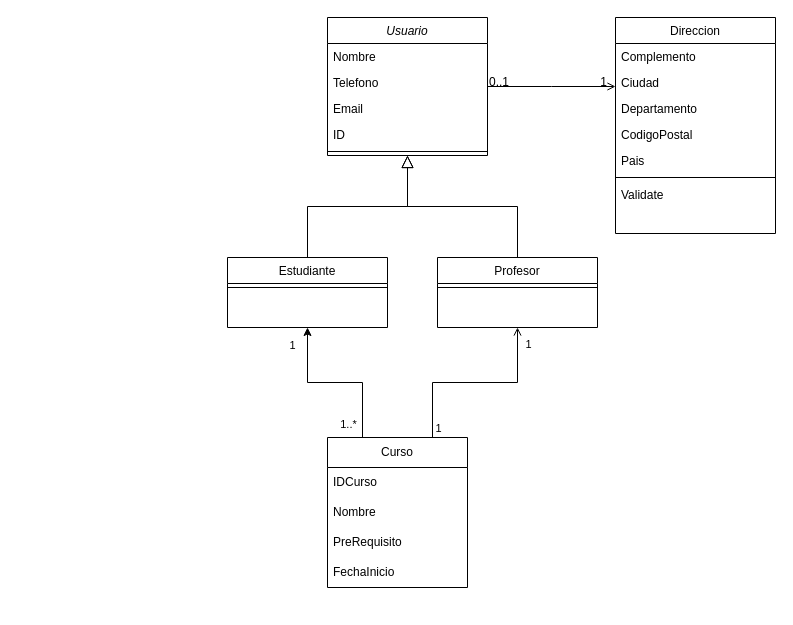
delarocafrankUMG/ProyectoAS1 keeps this draw.io diagram as Diagramas Clases/Proyecto SO1.drawio. Above is the earlier version. Source tidied: cells renumbered, new cells numbered last; positions are measured from the earlier drawing's top-left corner, leaving out a move shared by most shapes. Both pictures are drawn from the tidied source at 100%, with x=0, y=0 at pixel (227, 17).
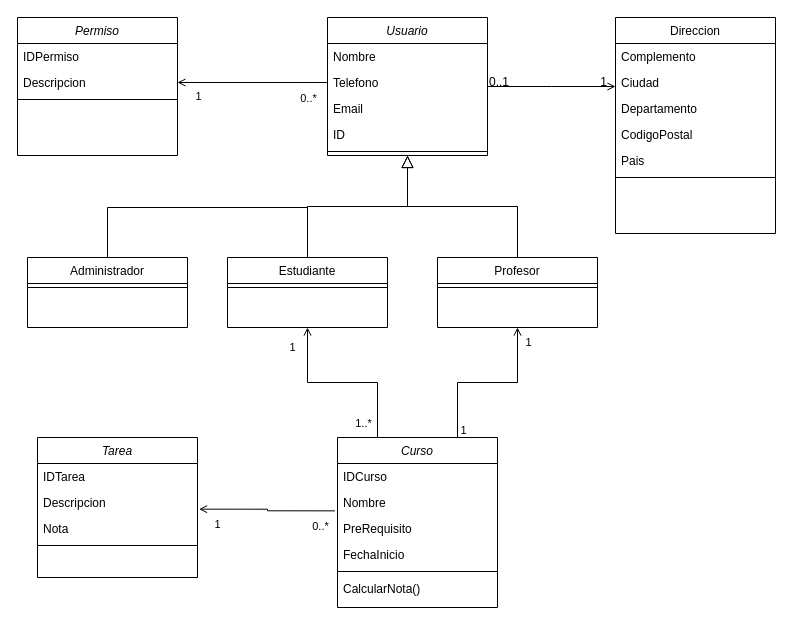
The same page after the edit.

Unchanged cells that the change refers to:
```xml
<mxCell id="2" value="Usuario" style="swimlane;fontStyle=2;align=center;verticalAlign=top;horizontal=1;startSize=26;rounded=0;shadow=0;strokeWidth=1;" parent="1" vertex="1">
  <mxGeometry x="100" width="160" height="138" as="geometry" />
</mxCell>
<mxCell id="4" value="Telefono" style="text;align=left;verticalAlign=top;spacingLeft=4;spacingRight=4;overflow=hidden;points=[[0,0.5],[1,0.5]];portConstraint=eastwest;rounded=0;shadow=0;html=0;" parent="2" vertex="1">
  <mxGeometry y="52" width="160" height="26" as="geometry" />
</mxCell>
<mxCell id="8" value="Estudiante" style="swimlane;fontStyle=0;align=center;verticalAlign=top;horizontal=1;startSize=26;rounded=0;shadow=0;strokeWidth=1;" parent="1" vertex="1">
  <mxGeometry y="240" width="160" height="70" as="geometry" />
</mxCell>
<mxCell id="11" value="Profesor" style="swimlane;fontStyle=0;align=center;verticalAlign=top;horizontal=1;startSize=26;rounded=0;shadow=0;strokeWidth=1;" parent="1" vertex="1">
  <mxGeometry x="210" y="240" width="160" height="70" as="geometry" />
</mxCell>
<mxCell id="14" value="Direccion" style="swimlane;fontStyle=0;align=center;verticalAlign=top;horizontal=1;startSize=26;rounded=0;shadow=0;strokeWidth=1;" parent="1" vertex="1">
  <mxGeometry x="388" width="160" height="216" as="geometry" />
</mxCell>
```

Diff of the diagram source:
```diff
@@
+    <mxCell id="36" style="edgeStyle=orthogonalEdgeStyle;rounded=0;jettySize=auto;html=1;exitX=0;exitY=0.5;exitDx=0;exitDy=0;endArrow=open;endFill=0;" parent="2" edge="1" source="4">
+      <mxGeometry relative="1" as="geometry">
+        <mxPoint x="-150" y="65" as="targetPoint" />
+      </mxGeometry>
+    </mxCell>
+    <mxCell id="37" value="1" style="edgeLabel;html=1;align=center;verticalAlign=middle;" parent="36" vertex="1">
+      <mxGeometry x="0.79" y="2" relative="1" as="geometry">
+        <mxPoint x="5" y="11" as="offset" />
+      </mxGeometry>
+    </mxCell>
+    <mxCell id="38" value="0..*" style="edgeLabel;html=1;align=center;verticalAlign=middle;" parent="36" vertex="1">
+      <mxGeometry x="-0.86" y="1" relative="1" as="geometry">
+        <mxPoint x="-9" y="14" as="offset" />
+      </mxGeometry>
+    </mxCell>
@@
-    <mxCell id="21" value="Validate" style="text;align=left;verticalAlign=top;spacingLeft=4;spacingRight=4;overflow=hidden;" parent="14" vertex="1">
-      <mxGeometry y="164" width="160" height="26" as="geometry" />
-    </mxCell>
@@
     <mxCell id="25" style="edgeStyle=orthogonalEdgeStyle;rounded=0;jettySize=auto;html=1;exitX=0.75;exitY=0;exitDx=0;exitDy=0;entryX=0.5;entryY=1;entryDx=0;entryDy=0;endArrow=open;endFill=0;" parent="1" edge="1" source="31" target="11">
       <mxGeometry relative="1" as="geometry">
         <Array as="points">
-          <mxPoint x="205" y="365" />
+          <mxPoint x="230" y="365" />
           <mxPoint x="290" y="365" />
         </Array>
       </mxGeometry>
     </mxCell>
@@
-    <mxCell id="28" style="edgeStyle=orthogonalEdgeStyle;rounded=0;jettySize=auto;html=1;exitX=0.25;exitY=0;exitDx=0;exitDy=0;entryX=0.5;entryY=1;entryDx=0;entryDy=0;" parent="1" edge="1" source="31" target="8">
+    <mxCell id="28" style="edgeStyle=orthogonalEdgeStyle;rounded=0;jettySize=auto;html=1;exitX=0.25;exitY=0;exitDx=0;exitDy=0;entryX=0.5;entryY=1;entryDx=0;entryDy=0;endArrow=open;endFill=0;" parent="1" edge="1" source="31" target="8">
       <mxGeometry relative="1" as="geometry" />
     </mxCell>
@@
+    <mxCell id="39" value="Permiso" style="swimlane;fontStyle=2;align=center;verticalAlign=top;horizontal=1;startSize=26;rounded=0;shadow=0;strokeWidth=1;" parent="1" vertex="1">
+      <mxGeometry x="-210" width="160" height="138" as="geometry" />
+    </mxCell>
+    <mxCell id="40" value="IDPermiso" style="text;align=left;verticalAlign=top;spacingLeft=4;spacingRight=4;overflow=hidden;" parent="39" vertex="1">
+      <mxGeometry y="26" width="160" height="26" as="geometry" />
+    </mxCell>
+    <mxCell id="41" value="Descripcion" style="text;align=left;verticalAlign=top;spacingLeft=4;spacingRight=4;overflow=hidden;rounded=0;shadow=0;html=0;" parent="39" vertex="1">
+      <mxGeometry y="52" width="160" height="26" as="geometry" />
+    </mxCell>
+    <mxCell id="42" style="line;html=1;strokeWidth=1;align=left;verticalAlign=middle;spacingTop=-1;spacingLeft=3;spacingRight=3;labelPosition=right;" parent="39" vertex="1">
+      <mxGeometry y="78" width="160" height="8" as="geometry" />
+    </mxCell>
+    <mxCell id="43" style="edgeStyle=orthogonalEdgeStyle;rounded=0;jettySize=auto;html=1;endArrow=none;endFill=0;" parent="1" edge="1" source="44">
+      <mxGeometry relative="1" as="geometry">
+        <mxPoint x="80" y="190" as="targetPoint" />
+        <Array as="points">
+          <mxPoint x="-120" y="190" />
+        </Array>
+      </mxGeometry>
+    </mxCell>
+    <mxCell id="44" value="Administrador" style="swimlane;fontStyle=0;align=center;verticalAlign=top;horizontal=1;startSize=26;rounded=0;shadow=0;strokeWidth=1;" parent="1" vertex="1">
+      <mxGeometry x="-200" y="240" width="160" height="70" as="geometry" />
+    </mxCell>
+    <mxCell id="45" style="line;html=1;strokeWidth=1;align=left;verticalAlign=middle;spacingTop=-1;spacingLeft=3;spacingRight=3;labelPosition=right;" parent="44" vertex="1">
+      <mxGeometry y="26" width="160" height="8" as="geometry" />
+    </mxCell>
+    <mxCell id="46" value="Tarea" style="swimlane;fontStyle=2;align=center;verticalAlign=top;horizontal=1;startSize=26;rounded=0;shadow=0;strokeWidth=1;" parent="1" vertex="1">
+      <mxGeometry x="-190" y="420" width="160" height="140" as="geometry" />
+    </mxCell>
+    <mxCell id="47" value="IDTarea" style="text;align=left;verticalAlign=top;spacingLeft=4;spacingRight=4;overflow=hidden;" parent="46" vertex="1">
+      <mxGeometry y="26" width="160" height="26" as="geometry" />
+    </mxCell>
+    <mxCell id="48" value="Descripcion" style="text;align=left;verticalAlign=top;spacingLeft=4;spacingRight=4;overflow=hidden;points=[[0,0.5],[1,0.5]];portConstraint=eastwest;rounded=0;shadow=0;html=0;" parent="46" vertex="1">
+      <mxGeometry y="52" width="160" height="26" as="geometry" />
+    </mxCell>
+    <mxCell id="49" value="Nota" style="text;align=left;verticalAlign=top;spacingLeft=4;spacingRight=4;overflow=hidden;rounded=0;shadow=0;html=0;" parent="46" vertex="1">
+      <mxGeometry y="78" width="160" height="26" as="geometry" />
+    </mxCell>
+    <mxCell id="50" style="line;html=1;strokeWidth=1;align=left;verticalAlign=middle;spacingTop=-1;spacingLeft=3;spacingRight=3;labelPosition=right;" parent="46" vertex="1">
+      <mxGeometry y="104" width="160" height="8" as="geometry" />
+    </mxCell>
+    <mxCell id="51" style="edgeStyle=orthogonalEdgeStyle;rounded=0;jettySize=auto;html=1;exitX=-0.016;exitY=0.821;exitDx=0;exitDy=0;entryX=1.01;entryY=0.756;entryDx=0;entryDy=0;entryPerimeter=0;endArrow=open;endFill=0;exitPerimeter=0;" parent="1" edge="1" source="33" target="48">
+      <mxGeometry relative="1" as="geometry" />
+    </mxCell>
+    <mxCell id="52" value="0..*" style="edgeLabel;html=1;align=center;verticalAlign=middle;" parent="51" vertex="1">
+      <mxGeometry x="-0.78" y="2" relative="1" as="geometry">
+        <mxPoint y="13" as="offset" />
+      </mxGeometry>
+    </mxCell>
+    <mxCell id="53" value="1" style="edgeLabel;html=1;align=center;verticalAlign=middle;" parent="51" vertex="1">
+      <mxGeometry x="0.74" y="-1" relative="1" as="geometry">
+        <mxPoint y="16" as="offset" />
+      </mxGeometry>
+    </mxCell>
-    <mxCell id="31" value="Curso" style="swimlane;fontStyle=0;horizontal=1;startSize=30;whiteSpace=wrap;html=1;gradientColor=default;fillColor=none;swimlaneLine=1;shadow=0;glass=0;" parent="1" vertex="1">
-      <mxGeometry x="100" y="420" width="140" height="150" as="geometry" />
+    <mxCell id="31" value="Curso" style="swimlane;fontStyle=2;align=center;verticalAlign=top;horizontal=1;startSize=26;rounded=0;shadow=0;strokeWidth=1;" parent="1" vertex="1">
+      <mxGeometry x="110" y="420" width="160" height="170" as="geometry" />
     </mxCell>
-    <mxCell id="32" value="IDCurso" style="text;strokeColor=none;fillColor=none;align=left;verticalAlign=middle;spacingLeft=4;spacingRight=4;overflow=hidden;whiteSpace=wrap;html=1;" parent="31" vertex="1">
-      <mxGeometry y="30" width="140" height="30" as="geometry" />
+    <mxCell id="32" value="IDCurso" style="text;align=left;verticalAlign=top;spacingLeft=4;spacingRight=4;overflow=hidden;" parent="31" vertex="1">
+      <mxGeometry y="26" width="160" height="26" as="geometry" />
     </mxCell>
-    <mxCell id="33" value="Nombre" style="text;strokeColor=none;fillColor=none;align=left;verticalAlign=middle;spacingLeft=4;spacingRight=4;overflow=hidden;points=[[0,0.5],[1,0.5]];portConstraint=eastwest;whiteSpace=wrap;html=1;" parent="31" vertex="1">
-      <mxGeometry y="60" width="140" height="30" as="geometry" />
+    <mxCell id="33" value="Nombre" style="text;align=left;verticalAlign=top;spacingLeft=4;spacingRight=4;overflow=hidden;points=[[0,0.5],[1,0.5]];portConstraint=eastwest;rounded=0;shadow=0;html=0;" parent="31" vertex="1">
+      <mxGeometry y="52" width="160" height="26" as="geometry" />
     </mxCell>
-    <mxCell id="34" value="PreRequisito" style="text;strokeColor=none;fillColor=none;align=left;verticalAlign=middle;spacingLeft=4;spacingRight=4;overflow=hidden;whiteSpace=wrap;html=1;" parent="31" vertex="1">
-      <mxGeometry y="90" width="140" height="30" as="geometry" />
+    <mxCell id="34" value="PreRequisito" style="text;align=left;verticalAlign=top;spacingLeft=4;spacingRight=4;overflow=hidden;rounded=0;shadow=0;html=0;" parent="31" vertex="1">
+      <mxGeometry y="78" width="160" height="26" as="geometry" />
     </mxCell>
-    <mxCell id="35" value="FechaInicio" style="text;strokeColor=none;fillColor=none;align=left;verticalAlign=middle;spacingLeft=4;spacingRight=4;overflow=hidden;whiteSpace=wrap;html=1;" parent="31" vertex="1">
-      <mxGeometry y="120" width="140" height="30" as="geometry" />
+    <mxCell id="35" value="FechaInicio" style="text;align=left;verticalAlign=top;spacingLeft=4;spacingRight=4;overflow=hidden;rounded=0;shadow=0;html=0;" parent="31" vertex="1">
+      <mxGeometry y="104" width="160" height="26" as="geometry" />
     </mxCell>
+    <mxCell id="54" style="line;html=1;strokeWidth=1;align=left;verticalAlign=middle;spacingTop=-1;spacingLeft=3;spacingRight=3;labelPosition=right;" parent="31" vertex="1">
+      <mxGeometry y="130" width="160" height="8" as="geometry" />
+    </mxCell>
+    <mxCell id="55" value="CalcularNota()" style="text;align=left;verticalAlign=top;spacingLeft=4;spacingRight=4;overflow=hidden;rounded=0;shadow=0;html=0;" parent="31" vertex="1">
+      <mxGeometry y="138" width="160" height="26" as="geometry" />
+    </mxCell>
```
